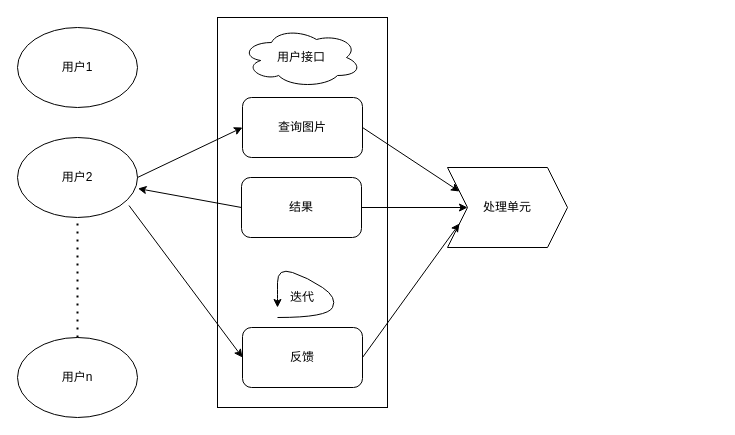
The draw.io diagram Untitled Diagram.drawio in x-junkang/images, before the edit. Source tidied: cells renumbered, new cells numbered last; positions are measured from the earlier drawing's top-left corner, leaving out a move shared by most shapes. Both pictures are drawn from the tidied source at 100%, with x=0, y=0 at pixel (17, 17).
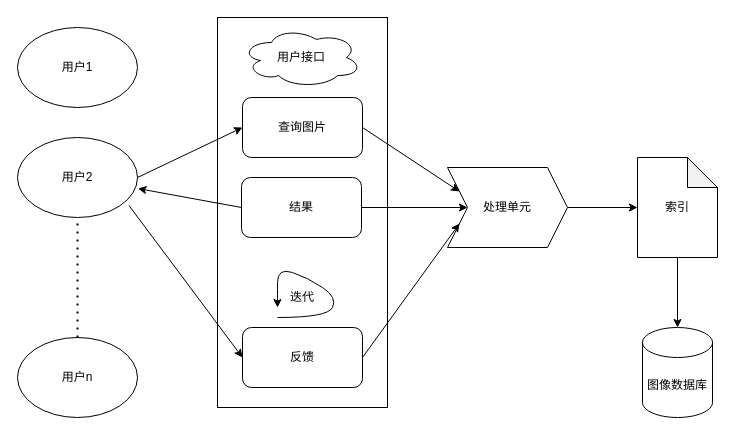
The same diagram, later.

The change refers to these unchanged cells:
```xml
<mxCell id="16" value="处理单元" style="shape=step;perimeter=stepPerimeter;whiteSpace=wrap;html=1;fixedSize=1;" parent="1" vertex="1">
  <mxGeometry x="430" y="150" width="120" height="80" as="geometry" />
</mxCell>
```

Diff of the diagram source:
```diff
@@
+    <mxCell id="20" value="索引" style="shape=note;whiteSpace=wrap;html=1;backgroundOutline=1;darkOpacity=0.05;" parent="1" vertex="1">
+      <mxGeometry x="620" y="140" width="80" height="100" as="geometry" />
+    </mxCell>
+    <mxCell id="21" style="endArrow=classic;html=1;exitX=1;exitY=0.5;exitDx=0;exitDy=0;entryX=0;entryY=0.5;entryDx=0;entryDy=0;entryPerimeter=0;" parent="1" edge="1" source="16" target="20">
+      <mxGeometry relative="1" as="geometry" />
+    </mxCell>
+    <mxCell id="22" value="图像数据库" style="shape=cylinder3;whiteSpace=wrap;html=1;boundedLbl=1;backgroundOutline=1;size=15;" parent="1" vertex="1">
+      <mxGeometry x="625" y="310" width="70" height="90" as="geometry" />
+    </mxCell>
+    <mxCell id="23" style="endArrow=classic;html=1;exitX=0.5;exitY=1;exitDx=0;exitDy=0;exitPerimeter=0;" parent="1" edge="1" source="20" target="22">
+      <mxGeometry relative="1" as="geometry" />
+    </mxCell>
```
